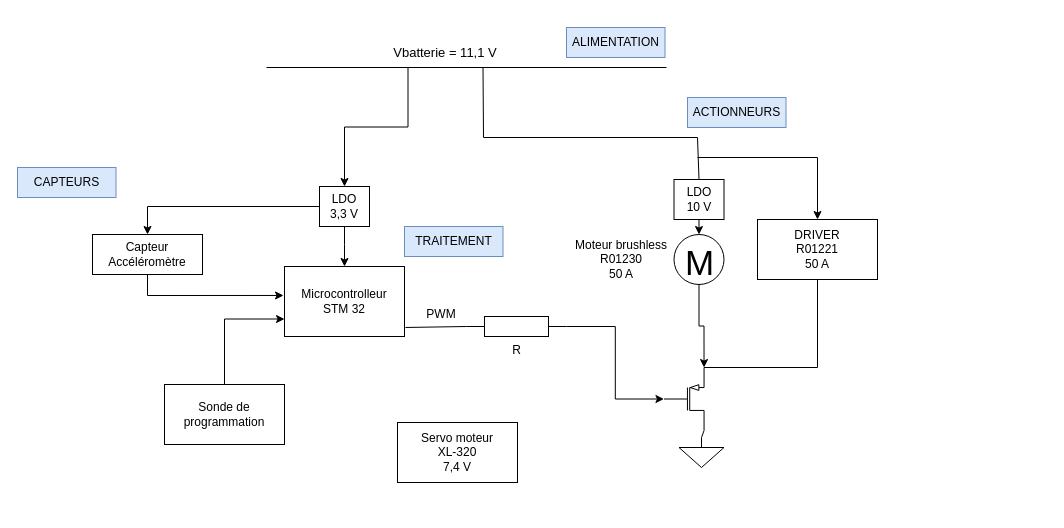
This is Hardware/Schéma Hardaware.drawio from RayenENSEA/DRAGSTER, a draw.io file, before an edit. Source tidied: cells renumbered, new cells numbered last; positions are measured from the earlier drawing's top-left corner, leaving out a move shared by most shapes. Both pictures are drawn from the tidied source at 100%, with x=0, y=0 at pixel (17, 27).
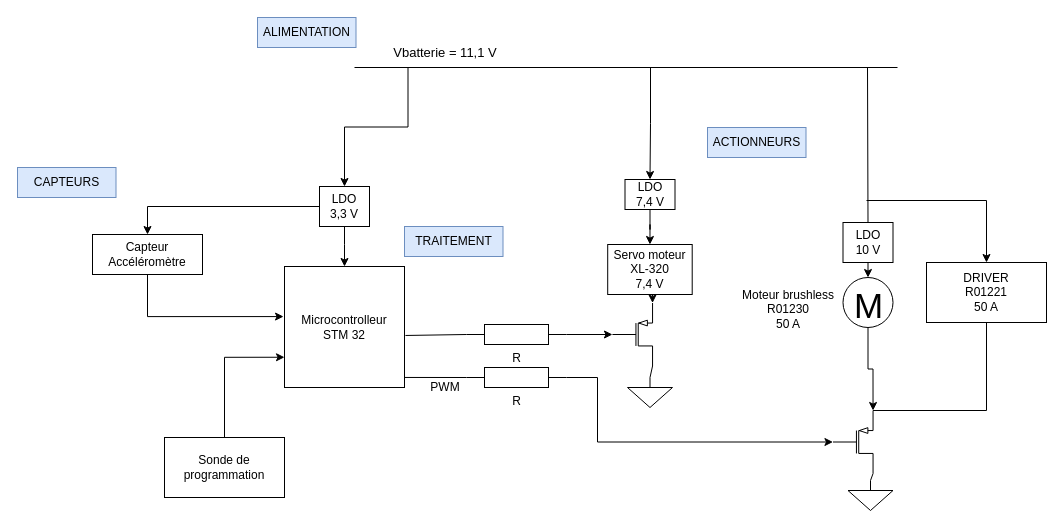
After the change.

Commit message (it also covers changes not shown here):
Mettre à jour Schéma Hardaware.drawio

Unchanged cells that the change refers to:
```xml
<mxCell id="4" value="&lt;font style=&quot;font-size: 13px;&quot;&gt;Vbatterie = 11,1 V&lt;/font&gt;" style="text;html=1;strokeColor=none;fillColor=none;align=center;verticalAlign=middle;whiteSpace=wrap;rounded=0;" parent="1" vertex="1">
  <mxGeometry x="353" y="10" width="150" height="30" as="geometry" />
</mxCell>
```

The edit, as a diff of the source:
```diff
@@
     <mxCell id="2" style="endArrow=none;html=1;rounded=0;" parent="1" edge="1">
       <mxGeometry relative="1" as="geometry">
-        <mxPoint x="249" y="40" as="sourcePoint" />
-        <mxPoint x="649" y="40" as="targetPoint" />
+        <mxPoint x="337" y="40" as="sourcePoint" />
+        <mxPoint x="880" y="40" as="targetPoint" />
       </mxGeometry>
     </mxCell>
@@
     <mxCell id="8" value="Microcontrolleur&lt;br&gt;STM 32" style="rounded=0;whiteSpace=wrap;html=1;" parent="1" vertex="1">
-      <mxGeometry x="267" y="239" width="120" height="70" as="geometry" />
+      <mxGeometry x="267" y="239" width="120" height="121" as="geometry" />
     </mxCell>
@@
     <mxCell id="10" value="Sonde de programmation" style="rounded=0;whiteSpace=wrap;html=1;" parent="1" vertex="1">
-      <mxGeometry x="147" y="357" width="120" height="60" as="geometry" />
+      <mxGeometry x="147" y="410" width="120" height="60" as="geometry" />
     </mxCell>
@@
     <mxCell id="13" style="edgeStyle=orthogonalEdgeStyle;rounded=0;jettySize=auto;html=1;exitX=1;exitY=0.5;exitDx=0;exitDy=0;exitPerimeter=0;entryX=0;entryY=0.5;entryDx=0;entryDy=0;entryPerimeter=0;" parent="1" edge="1" source="14" target="17">
-      <mxGeometry relative="1" as="geometry" />
+      <mxGeometry relative="1" as="geometry">
+        <Array as="points">
+          <mxPoint x="580" y="350" />
+          <mxPoint x="580" y="415" />
+        </Array>
+      </mxGeometry>
     </mxCell>
     <mxCell id="14" value="R" style="verticalLabelPosition=bottom;shadow=0;dashed=0;align=center;html=1;verticalAlign=top;shape=mxgraph.electrical.resistors.resistor_1;" parent="1" vertex="1">
-      <mxGeometry x="449" y="289" width="100" height="20" as="geometry" />
+      <mxGeometry x="449" y="340" width="100" height="20" as="geometry" />
     </mxCell>
-    <mxCell id="15" style="endArrow=none;html=1;rounded=0;entryX=0;entryY=0.5;entryDx=0;entryDy=0;entryPerimeter=0;exitX=1.008;exitY=0.871;exitDx=0;exitDy=0;exitPerimeter=0;" parent="1" edge="1" source="8" target="14">
-      <mxGeometry relative="1" as="geometry" />
-    </mxCell>
     <mxCell id="16" value="PWM" style="text;html=1;strokeColor=none;fillColor=none;align=center;verticalAlign=middle;whiteSpace=wrap;rounded=0;" parent="1" vertex="1">
-      <mxGeometry x="409" y="277" width="30" height="20" as="geometry" />
+      <mxGeometry x="413" y="350" width="30" height="20" as="geometry" />
     </mxCell>
     <mxCell id="17" style="verticalLabelPosition=bottom;shadow=0;dashed=0;align=center;html=1;verticalAlign=top;shape=mxgraph.electrical.transistors.pmos;" parent="1" vertex="1">
-      <mxGeometry x="641.5" y="340" width="50" height="63" as="geometry" />
+      <mxGeometry x="810.5" y="383" width="50" height="63" as="geometry" />
     </mxCell>
     <mxCell id="18" style="verticalLabelPosition=bottom;shadow=0;dashed=0;align=center;html=1;verticalAlign=top;shape=mxgraph.electrical.signal_sources.signal_ground;" parent="1" vertex="1">
-      <mxGeometry x="661.5" y="410" width="45" height="30" as="geometry" />
+      <mxGeometry x="830.5" y="453" width="45" height="30" as="geometry" />
     </mxCell>
@@
-    <mxCell id="20" style="endArrow=none;html=1;rounded=0;entryX=0.75;entryY=1;entryDx=0;entryDy=0;" parent="1" edge="1" target="4">
-      <mxGeometry relative="1" as="geometry">
-        <mxPoint x="680" y="110" as="sourcePoint" />
-        <Array as="points">
-          <mxPoint x="466" y="110" />
-        </Array>
-      </mxGeometry>
-    </mxCell>
     <mxCell id="21" style="endArrow=none;html=1;rounded=0;exitX=0.5;exitY=0;exitDx=0;exitDy=0;" parent="1" edge="1">
       <mxGeometry relative="1" as="geometry">
-        <mxPoint x="681.5" y="152" as="sourcePoint" />
-        <mxPoint x="680" y="110" as="targetPoint" />
+        <mxPoint x="850.5" y="195" as="sourcePoint" />
+        <mxPoint x="850" y="40" as="targetPoint" />
       </mxGeometry>
     </mxCell>
@@
     <mxCell id="23" value="LDO&lt;br&gt;10&amp;nbsp;V" style="rounded=0;whiteSpace=wrap;html=1;" parent="1" vertex="1">
-      <mxGeometry x="656.5" y="152" width="50" height="40" as="geometry" />
+      <mxGeometry x="825.5" y="195" width="50" height="40" as="geometry" />
     </mxCell>
@@
     <mxCell id="25" value="&lt;font style=&quot;font-size: 35px;&quot;&gt;M&lt;/font&gt;" style="dashed=0;outlineConnect=0;align=center;html=1;shape=mxgraph.pid.engines.electric_motor;fontSize=45;" parent="1" vertex="1">
-      <mxGeometry x="656.5" y="207" width="50" height="50" as="geometry" />
+      <mxGeometry x="825.5" y="250" width="50" height="50" as="geometry" />
     </mxCell>
     <mxCell id="26" value="DRIVER&lt;br&gt;R01221&lt;br&gt;50 A" style="rounded=0;whiteSpace=wrap;html=1;" parent="1" vertex="1">
-      <mxGeometry x="740" y="192" width="120" height="60" as="geometry" />
+      <mxGeometry x="909" y="235" width="120" height="60" as="geometry" />
     </mxCell>
     <mxCell id="27" style="endArrow=classic;html=1;rounded=0;entryX=0.5;entryY=0;entryDx=0;entryDy=0;" parent="1" edge="1" target="26">
       <mxGeometry relative="1" as="geometry">
-        <mxPoint x="680" y="130" as="sourcePoint" />
+        <mxPoint x="849" y="173" as="sourcePoint" />
         <Array as="points">
-          <mxPoint x="800" y="130" />
+          <mxPoint x="969" y="173" />
         </Array>
       </mxGeometry>
     </mxCell>
     <mxCell id="28" value="Moteur brushless&lt;br&gt;R01230&lt;br&gt;50 A" style="text;html=1;strokeColor=none;fillColor=none;align=center;verticalAlign=middle;whiteSpace=wrap;rounded=0;" parent="1" vertex="1">
-      <mxGeometry x="549" y="217" width="110" height="30" as="geometry" />
+      <mxGeometry x="715.5" y="267" width="110" height="30" as="geometry" />
     </mxCell>
     <mxCell id="29" style="endArrow=none;html=1;rounded=0;exitX=1;exitY=0;exitDx=0;exitDy=0;exitPerimeter=0;entryX=0.5;entryY=1;entryDx=0;entryDy=0;" parent="1" edge="1" source="17" target="26">
       <mxGeometry relative="1" as="geometry">
         <Array as="points">
-          <mxPoint x="800" y="340" />
+          <mxPoint x="969" y="383" />
         </Array>
       </mxGeometry>
     </mxCell>
+    <mxCell id="35" style="edgeStyle=orthogonalEdgeStyle;rounded=0;jettySize=auto;html=1;exitX=0.5;exitY=1;exitDx=0;exitDy=0;entryX=1;entryY=0;entryDx=0;entryDy=0;entryPerimeter=0;" parent="1" edge="1" source="30" target="41">
+      <mxGeometry relative="1" as="geometry" />
+    </mxCell>
     <mxCell id="30" value="Servo moteur&lt;br&gt;XL-320&lt;br&gt;7,4 V" style="rounded=0;whiteSpace=wrap;html=1;" parent="1" vertex="1">
-      <mxGeometry x="380" y="395" width="120" height="60" as="geometry" />
+      <mxGeometry x="590.2" y="217" width="84.5" height="50" as="geometry" />
     </mxCell>
     <mxCell id="31" value="ACTIONNEURS" style="text;html=1;strokeColor=#6c8ebf;fillColor=#dae8fc;align=center;verticalAlign=middle;whiteSpace=wrap;rounded=0;" parent="1" vertex="1">
-      <mxGeometry x="670" y="70" width="98.5" height="30" as="geometry" />
+      <mxGeometry x="690" y="100" width="98.5" height="30" as="geometry" />
     </mxCell>
@@
     <mxCell id="34" value="ALIMENTATION" style="text;html=1;strokeColor=#6c8ebf;fillColor=#dae8fc;align=center;verticalAlign=middle;whiteSpace=wrap;rounded=0;" parent="1" vertex="1">
-      <mxGeometry x="549" width="98.5" height="30" as="geometry" />
+      <mxGeometry x="240" y="-10" width="98.5" height="30" as="geometry" />
     </mxCell>
+    <mxCell id="36" style="edgeStyle=orthogonalEdgeStyle;rounded=0;jettySize=auto;html=1;entryX=0.5;entryY=0;entryDx=0;entryDy=0;" parent="1" edge="1" source="38" target="30">
+      <mxGeometry relative="1" as="geometry" />
+    </mxCell>
+    <mxCell id="37" style="edgeStyle=orthogonalEdgeStyle;rounded=0;jettySize=auto;html=1;exitX=0.5;exitY=0;exitDx=0;exitDy=0;entryX=0.5;entryY=0;entryDx=0;entryDy=0;" parent="1" edge="1" target="38">
+      <mxGeometry relative="1" as="geometry">
+        <mxPoint x="622" y="40" as="sourcePoint" />
+        <Array as="points">
+          <mxPoint x="633" y="40" />
+          <mxPoint x="633" y="96" />
+        </Array>
+      </mxGeometry>
+    </mxCell>
+    <mxCell id="38" value="LDO&lt;br&gt;7,4 V" style="rounded=0;whiteSpace=wrap;html=1;" parent="1" vertex="1">
+      <mxGeometry x="607.5" y="152" width="50" height="30" as="geometry" />
+    </mxCell>
+    <mxCell id="39" style="edgeStyle=orthogonalEdgeStyle;rounded=0;jettySize=auto;html=1;exitX=1;exitY=0.5;exitDx=0;exitDy=0;exitPerimeter=0;entryX=0;entryY=0.5;entryDx=0;entryDy=0;entryPerimeter=0;" parent="1" edge="1" source="40" target="41">
+      <mxGeometry relative="1" as="geometry" />
+    </mxCell>
+    <mxCell id="40" value="R" style="verticalLabelPosition=bottom;shadow=0;dashed=0;align=center;html=1;verticalAlign=top;shape=mxgraph.electrical.resistors.resistor_1;" parent="1" vertex="1">
+      <mxGeometry x="449" y="297" width="100" height="20" as="geometry" />
+    </mxCell>
+    <mxCell id="41" style="verticalLabelPosition=bottom;shadow=0;dashed=0;align=center;html=1;verticalAlign=top;shape=mxgraph.electrical.transistors.pmos;" parent="1" vertex="1">
+      <mxGeometry x="590" y="275.5" width="50" height="63" as="geometry" />
+    </mxCell>
+    <mxCell id="42" style="verticalLabelPosition=bottom;shadow=0;dashed=0;align=center;html=1;verticalAlign=top;shape=mxgraph.electrical.signal_sources.signal_ground;" parent="1" vertex="1">
+      <mxGeometry x="610" y="350" width="45" height="30" as="geometry" />
+    </mxCell>
+    <mxCell id="15" style="endArrow=none;html=1;rounded=0;entryX=0;entryY=0.5;entryDx=0;entryDy=0;entryPerimeter=0;exitX=1;exitY=0.917;exitDx=0;exitDy=0;exitPerimeter=0;" parent="1" edge="1" source="8" target="14">
+      <mxGeometry relative="1" as="geometry" />
+    </mxCell>
+    <mxCell id="43" style="endArrow=none;html=1;rounded=0;entryX=0;entryY=0.5;entryDx=0;entryDy=0;entryPerimeter=0;exitX=1.008;exitY=0.57;exitDx=0;exitDy=0;exitPerimeter=0;" parent="1" edge="1" source="8" target="40">
+      <mxGeometry relative="1" as="geometry" />
+    </mxCell>
+    <mxCell id="44" style="endArrow=none;html=1;rounded=0;exitX=1;exitY=1;exitDx=0;exitDy=0;exitPerimeter=0;entryX=0.5;entryY=0;entryDx=0;entryDy=0;entryPerimeter=0;" parent="1" edge="1" source="41" target="42">
+      <mxGeometry relative="1" as="geometry" />
+    </mxCell>
```
